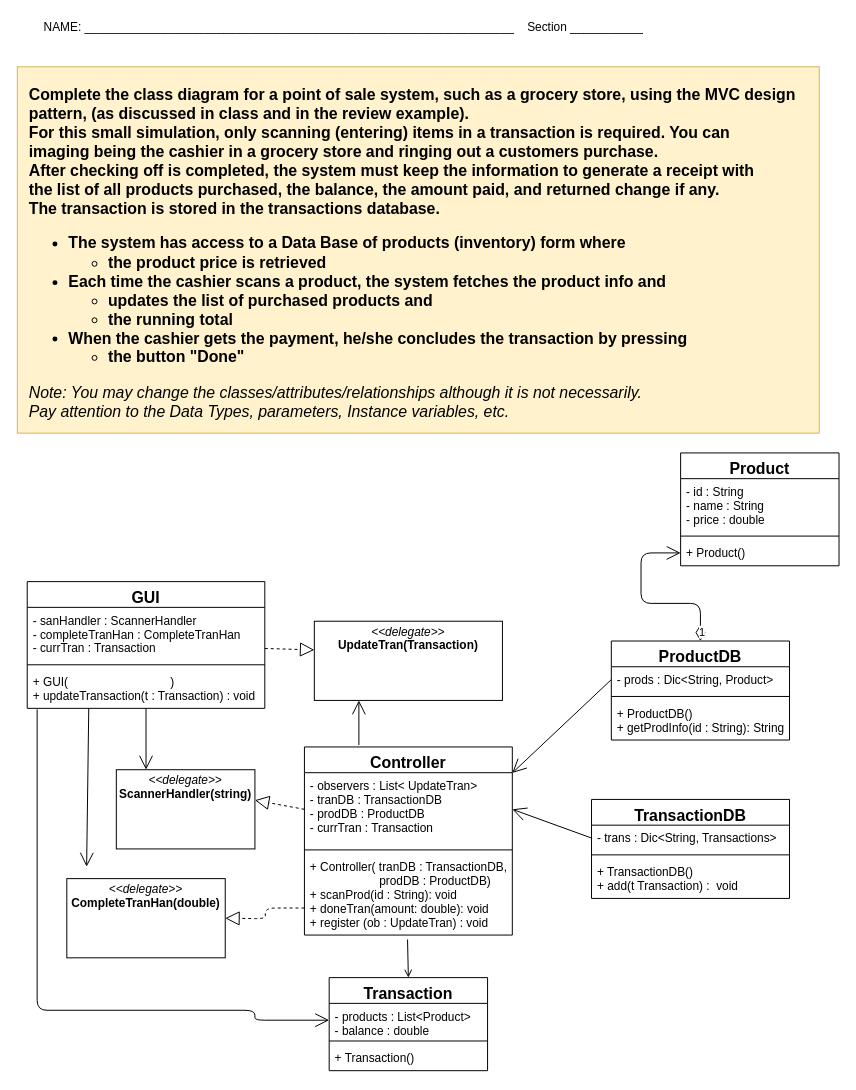
Before: page "MVC" (3 of 4) of Caleb Rosebaugh-Exam 1 Section b.drawio in Rosebaugh/CS501, a draw.io diagram. Source tidied: cells renumbered, new cells numbered last; positions are measured from the earlier drawing's top-left corner, leaving out a move shared by most shapes. Both pictures are drawn from the tidied source at 99%, with x=0, y=0 at pixel (17, 17).
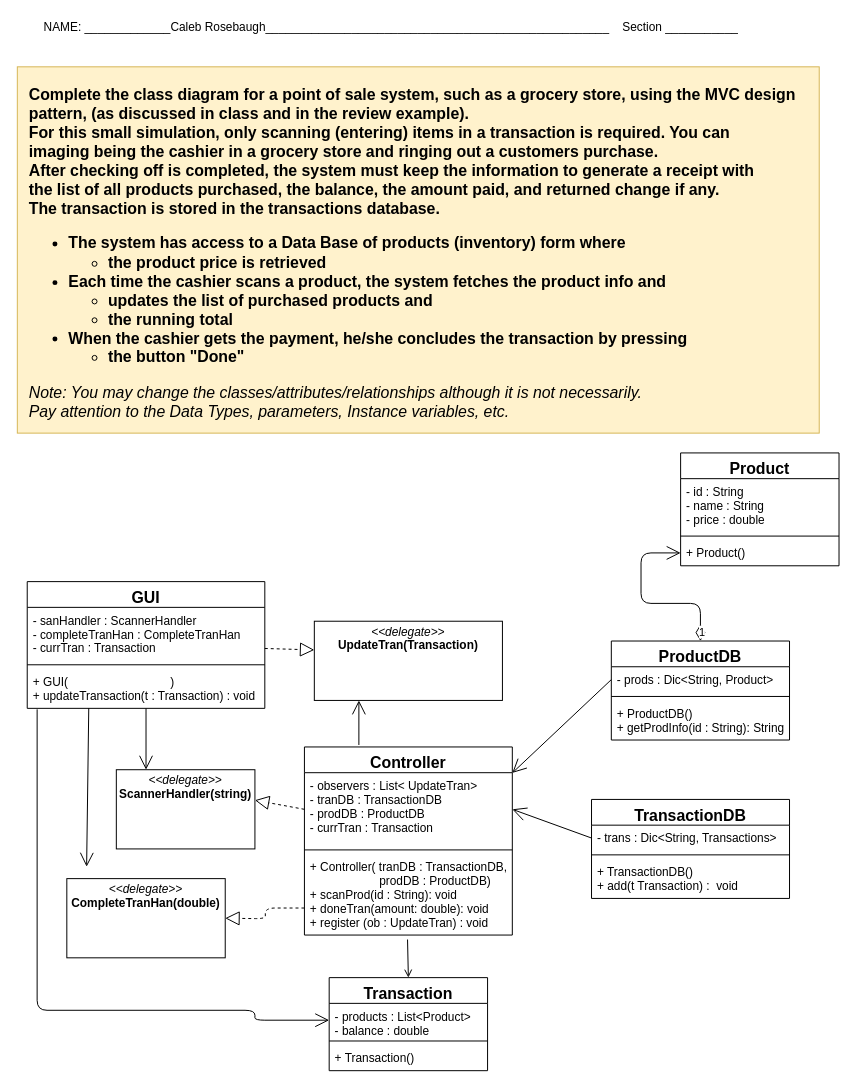
After the change.

Change to the diagram source:
```diff
@@
-    <mxCell id="34" value="NAME: _________________________________________________________________&amp;nbsp; &amp;nbsp; Section ___________" style="text;html=1;align=left;verticalAlign=middle;" parent="1" vertex="1">
-      <mxGeometry x="25" width="620" height="20" as="geometry" />
+    <mxCell id="34" value="NAME: _____________Caleb Rosebaugh____________________________________________________&amp;nbsp; &amp;nbsp; Section ___________" style="text;html=1;align=left;verticalAlign=middle;" parent="1" vertex="1">
+      <mxGeometry x="25" width="720" height="20" as="geometry" />
     </mxCell>
```
